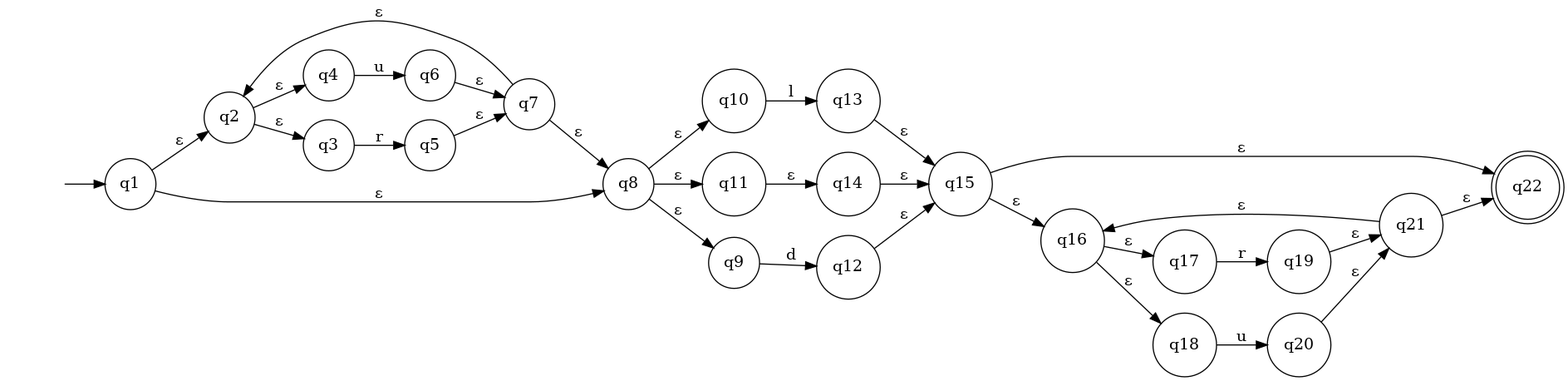
Above: waterexpect.gv.png in itsmeavi/POLmc (Graphviz), before the change. Its source is kept beside it as waterexpect.gv.
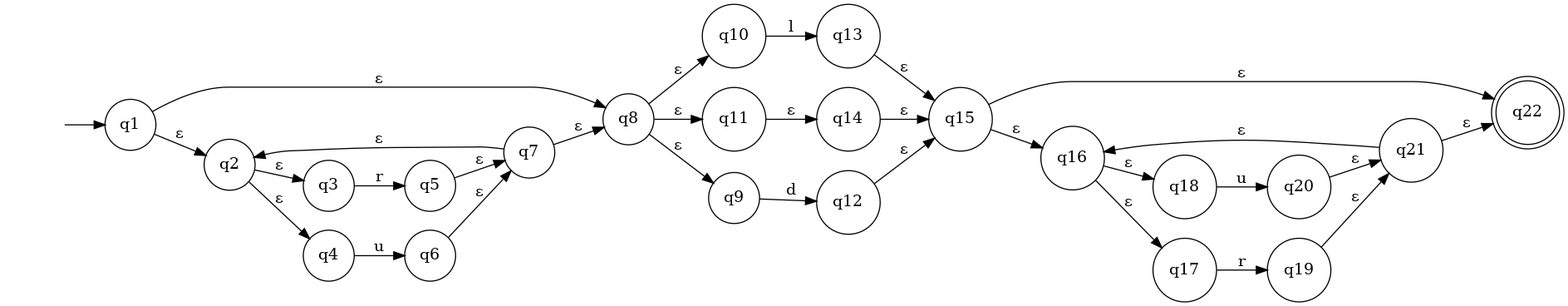
The same diagram one commit later.

The edit, as a diff of the source:
```diff
@@ -2,41 +2,41 @@
 	graph [rankdir=LR]
 	"" [label="" shape=plaintext]
 	q22 [label=q22 shape=doublecircle]
+	q20 [label=q20 shape=circle]
+	q5 [label=q5 shape=circle]
+	q12 [label=q12 shape=circle]
+	q15 [label=q15 shape=circle]
+	q3 [label=q3 shape=circle]
+	q19 [label=q19 shape=circle]
+	q18 [label=q18 shape=circle]
+	q21 [label=q21 shape=circle]
+	q1 [label=q1 shape=circle]
+	q8 [label=q8 shape=circle]
+	q4 [label=q4 shape=circle]
 	q17 [label=q17 shape=circle]
-	q19 [label=q19 shape=circle]
-	q4 [label=q4 shape=circle]
-	q5 [label=q5 shape=circle]
+	q10 [label=q10 shape=circle]
 	q6 [label=q6 shape=circle]
-	q10 [label=q10 shape=circle]
-	q11 [label=q11 shape=circle]
-	q1 [label=q1 shape=circle]
-	q15 [label=q15 shape=circle]
-	q21 [label=q21 shape=circle]
-	q20 [label=q20 shape=circle]
-	q16 [label=q16 shape=circle]
-	q18 [label=q18 shape=circle]
 	q13 [label=q13 shape=circle]
 	q7 [label=q7 shape=circle]
 	q2 [label=q2 shape=circle]
-	q3 [label=q3 shape=circle]
+	q11 [label=q11 shape=circle]
 	q9 [label=q9 shape=circle]
-	q12 [label=q12 shape=circle]
 	q14 [label=q14 shape=circle]
-	q8 [label=q8 shape=circle]
+	q16 [label=q16 shape=circle]
 	"" -> q1 [label=""]
 	q1 -> q2 [label="ε"]
 	q1 -> q8 [label="ε"]
+	q2 -> q4 [label="ε"]
 	q2 -> q3 [label="ε"]
-	q2 -> q4 [label="ε"]
 	q3 -> q5 [label=r]
 	q4 -> q6 [label=u]
 	q5 -> q7 [label="ε"]
 	q6 -> q7 [label="ε"]
 	q7 -> q2 [label="ε"]
 	q7 -> q8 [label="ε"]
+	q8 -> q10 [label="ε"]
+	q8 -> q11 [label="ε"]
 	q8 -> q9 [label="ε"]
-	q8 -> q11 [label="ε"]
-	q8 -> q10 [label="ε"]
 	q9 -> q12 [label=d]
 	q10 -> q13 [label=l]
 	q11 -> q14 [label="ε"]
```
